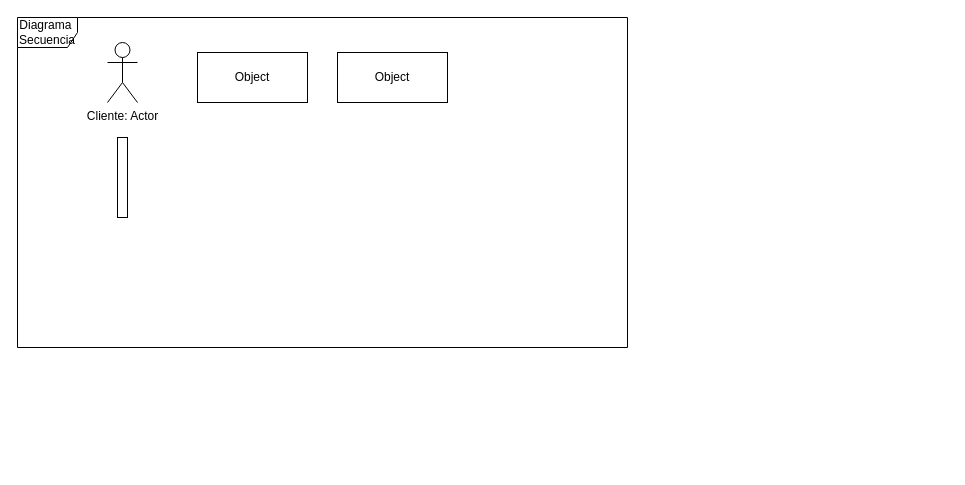
KevinCordoba/RepositoriodeDiagramas keeps this draw.io diagram as page "Diagrama de Secuencia" (3 of 3) of TC14.drawio. Above is the earlier version. Source tidied: cells renumbered, new cells numbered last; positions are measured from the earlier drawing's top-left corner, leaving out a move shared by most shapes. Both pictures are drawn from the tidied source at 100%, with x=0, y=0 at pixel (17, 17).
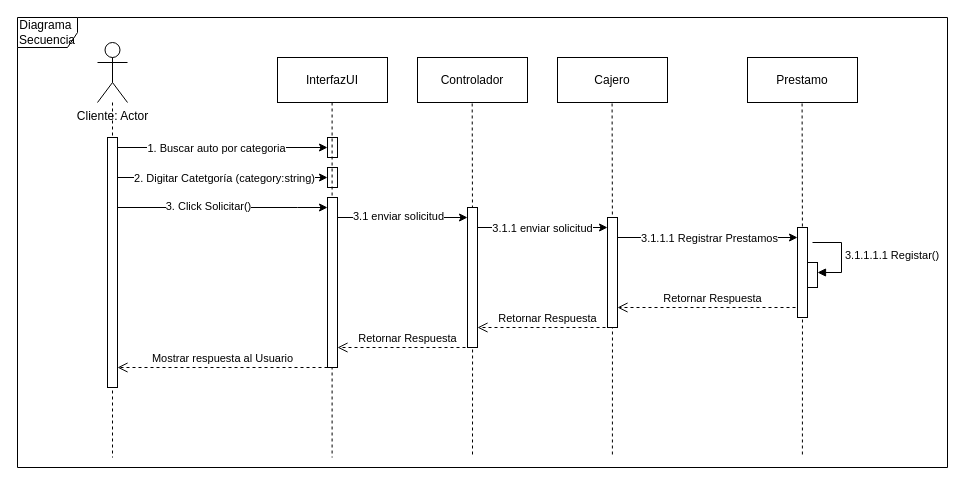
The same page after the edit.

Diff of the diagram source:
```diff
@@
+    <mxCell id="7" style="edgeStyle=orthogonalEdgeStyle;rounded=0;orthogonalLoop=1;jettySize=auto;html=1;endArrow=none;endFill=0;dashed=1;" parent="1" edge="1">
+      <mxGeometry relative="1" as="geometry">
+        <mxPoint x="784.5" y="50" as="sourcePoint" />
+        <mxPoint x="784.9" y="440" as="targetPoint" />
+      </mxGeometry>
+    </mxCell>
+    <mxCell id="8" style="edgeStyle=orthogonalEdgeStyle;rounded=0;orthogonalLoop=1;jettySize=auto;html=1;endArrow=none;endFill=0;dashed=1;" parent="1" edge="1">
+      <mxGeometry relative="1" as="geometry">
+        <mxPoint x="594.5" y="50" as="sourcePoint" />
+        <mxPoint x="594.9" y="440" as="targetPoint" />
+      </mxGeometry>
+    </mxCell>
+    <mxCell id="9" style="edgeStyle=orthogonalEdgeStyle;rounded=0;orthogonalLoop=1;jettySize=auto;html=1;endArrow=none;endFill=0;dashed=1;" parent="1" edge="1">
+      <mxGeometry relative="1" as="geometry">
+        <mxPoint x="454.6" y="50" as="sourcePoint" />
+        <mxPoint x="455" y="440" as="targetPoint" />
+      </mxGeometry>
+    </mxCell>
+    <mxCell id="10" style="edgeStyle=orthogonalEdgeStyle;rounded=0;jettySize=auto;html=1;endArrow=none;endFill=0;dashed=1;" parent="1" edge="1" source="2">
+      <mxGeometry relative="1" as="geometry">
+        <mxPoint x="95" y="440" as="targetPoint" />
+      </mxGeometry>
+    </mxCell>
     <mxCell id="2" value="Cliente: Actor" style="shape=umlActor;verticalLabelPosition=bottom;verticalAlign=top;html=1;" parent="1" vertex="1">
-      <mxGeometry x="90" y="25" width="30" height="60" as="geometry" />
+      <mxGeometry x="80" y="25" width="30" height="60" as="geometry" />
     </mxCell>
     <mxCell id="3" value="Diagrama&amp;nbsp; Secuencia" style="shape=umlFrame;whiteSpace=wrap;html=1;" parent="1" vertex="1">
-      <mxGeometry width="610" height="330" as="geometry" />
+      <mxGeometry width="930" height="450" as="geometry" />
     </mxCell>
+    <mxCell id="11" style="edgeStyle=elbowEdgeStyle;rounded=0;jettySize=auto;html=1;elbow=vertical;curved=0;" parent="1" edge="1" source="4" target="16">
+      <mxGeometry relative="1" as="geometry" />
+    </mxCell>
+    <mxCell id="12" value="1. Buscar auto por categoria" style="edgeLabel;html=1;align=center;verticalAlign=middle;" parent="11" vertex="1">
+      <mxGeometry x="-0.22" relative="1" as="geometry">
+        <mxPoint x="16" as="offset" />
+      </mxGeometry>
+    </mxCell>
+    <mxCell id="13" style="edgeStyle=elbowEdgeStyle;rounded=0;jettySize=auto;html=1;elbow=vertical;curved=0;" parent="1" edge="1" source="4" target="26">
+      <mxGeometry relative="1" as="geometry">
+        <Array as="points">
+          <mxPoint x="280" y="190" />
+        </Array>
+      </mxGeometry>
+    </mxCell>
+    <mxCell id="14" value="3. Click Solicitar()" style="edgeLabel;html=1;align=center;verticalAlign=middle;" parent="13" vertex="1">
+      <mxGeometry x="-0.14" y="2" relative="1" as="geometry" />
+    </mxCell>
     <mxCell id="4" style="html=1;points=[];perimeter=orthogonalPerimeter;outlineConnect=0;targetShapes=umlLifeline;portConstraint=eastwest;newEdgeStyle={&quot;edgeStyle&quot;:&quot;elbowEdgeStyle&quot;,&quot;elbow&quot;:&quot;vertical&quot;,&quot;curved&quot;:0,&quot;rounded&quot;:0};" parent="1" vertex="1">
-      <mxGeometry x="100" y="120" width="10" height="80" as="geometry" />
+      <mxGeometry x="90" y="120" width="10" height="250" as="geometry" />
     </mxCell>
-    <mxCell id="5" value="Object" style="html=1;whiteSpace=wrap;" parent="1" vertex="1">
-      <mxGeometry x="180" y="35" width="110" height="50" as="geometry" />
+    <mxCell id="5" value="InterfazUI" style="html=1;whiteSpace=wrap;" parent="1" vertex="1">
+      <mxGeometry x="260" y="40" width="110" height="45" as="geometry" />
     </mxCell>
-    <mxCell id="6" value="Object" style="html=1;whiteSpace=wrap;" parent="1" vertex="1">
-      <mxGeometry x="320" y="35" width="110" height="50" as="geometry" />
+    <mxCell id="6" value="Controlador" style="html=1;whiteSpace=wrap;" parent="1" vertex="1">
+      <mxGeometry x="400" y="40" width="110" height="45" as="geometry" />
     </mxCell>
+    <mxCell id="15" value="Cajero" style="html=1;whiteSpace=wrap;" parent="1" vertex="1">
+      <mxGeometry x="540" y="40" width="110" height="45" as="geometry" />
+    </mxCell>
+    <mxCell id="16" style="html=1;points=[];perimeter=orthogonalPerimeter;outlineConnect=0;targetShapes=umlLifeline;portConstraint=eastwest;newEdgeStyle={&quot;edgeStyle&quot;:&quot;elbowEdgeStyle&quot;,&quot;elbow&quot;:&quot;vertical&quot;,&quot;curved&quot;:0,&quot;rounded&quot;:0};" parent="1" vertex="1">
+      <mxGeometry x="310" y="120" width="10" height="20" as="geometry" />
+    </mxCell>
+    <mxCell id="17" style="edgeStyle=elbowEdgeStyle;rounded=0;jettySize=auto;html=1;elbow=vertical;curved=0;" parent="1" edge="1" source="4" target="19">
+      <mxGeometry relative="1" as="geometry" />
+    </mxCell>
+    <mxCell id="18" value="2. Digitar Catetgoría (category:string)" style="edgeLabel;html=1;align=center;verticalAlign=middle;" parent="17" vertex="1">
+      <mxGeometry x="0.11" y="-4" relative="1" as="geometry">
+        <mxPoint x="-11" y="-4" as="offset" />
+      </mxGeometry>
+    </mxCell>
+    <mxCell id="19" style="html=1;points=[];perimeter=orthogonalPerimeter;outlineConnect=0;targetShapes=umlLifeline;portConstraint=eastwest;newEdgeStyle={&quot;edgeStyle&quot;:&quot;elbowEdgeStyle&quot;,&quot;elbow&quot;:&quot;vertical&quot;,&quot;curved&quot;:0,&quot;rounded&quot;:0};" parent="1" vertex="1">
+      <mxGeometry x="310" y="150" width="10" height="20" as="geometry" />
+    </mxCell>
+    <mxCell id="20" style="edgeStyle=elbowEdgeStyle;rounded=0;jettySize=auto;html=1;elbow=vertical;curved=0;" parent="1" edge="1" source="26" target="24">
+      <mxGeometry relative="1" as="geometry">
+        <Array as="points">
+          <mxPoint x="420" y="200" />
+        </Array>
+      </mxGeometry>
+    </mxCell>
+    <mxCell id="21" value="3.1 enviar solicitud" style="edgeLabel;html=1;align=center;verticalAlign=middle;" parent="20" vertex="1">
+      <mxGeometry x="-0.58" y="2" relative="1" as="geometry">
+        <mxPoint x="33" as="offset" />
+      </mxGeometry>
+    </mxCell>
+    <mxCell id="22" style="edgeStyle=elbowEdgeStyle;rounded=0;jettySize=auto;html=1;elbow=vertical;curved=0;" parent="1" edge="1" source="24" target="29">
+      <mxGeometry relative="1" as="geometry">
+        <Array as="points">
+          <mxPoint x="550" y="210" />
+        </Array>
+      </mxGeometry>
+    </mxCell>
+    <mxCell id="23" value="3.1.1 enviar solicitud" style="edgeLabel;html=1;align=center;verticalAlign=middle;" parent="22" vertex="1">
+      <mxGeometry x="-0.21" relative="1" as="geometry">
+        <mxPoint x="13" as="offset" />
+      </mxGeometry>
+    </mxCell>
+    <mxCell id="24" style="html=1;points=[];perimeter=orthogonalPerimeter;outlineConnect=0;targetShapes=umlLifeline;portConstraint=eastwest;newEdgeStyle={&quot;edgeStyle&quot;:&quot;elbowEdgeStyle&quot;,&quot;elbow&quot;:&quot;vertical&quot;,&quot;curved&quot;:0,&quot;rounded&quot;:0};" parent="1" vertex="1">
+      <mxGeometry x="450" y="190" width="10" height="140" as="geometry" />
+    </mxCell>
+    <mxCell id="25" style="edgeStyle=orthogonalEdgeStyle;rounded=0;orthogonalLoop=1;jettySize=auto;html=1;endArrow=none;endFill=0;dashed=1;" parent="1" edge="1">
+      <mxGeometry relative="1" as="geometry">
+        <mxPoint x="314.6" y="85" as="sourcePoint" />
+        <mxPoint x="314.6" y="440" as="targetPoint" />
+      </mxGeometry>
+    </mxCell>
+    <mxCell id="26" style="html=1;points=[];perimeter=orthogonalPerimeter;outlineConnect=0;targetShapes=umlLifeline;portConstraint=eastwest;newEdgeStyle={&quot;edgeStyle&quot;:&quot;elbowEdgeStyle&quot;,&quot;elbow&quot;:&quot;vertical&quot;,&quot;curved&quot;:0,&quot;rounded&quot;:0};" parent="1" vertex="1">
+      <mxGeometry x="310" y="180" width="10" height="170" as="geometry" />
+    </mxCell>
+    <mxCell id="27" style="edgeStyle=elbowEdgeStyle;rounded=0;jettySize=auto;html=1;elbow=vertical;curved=0;" parent="1" edge="1" source="29" target="31">
+      <mxGeometry relative="1" as="geometry">
+        <Array as="points">
+          <mxPoint x="690" y="220" />
+        </Array>
+      </mxGeometry>
+    </mxCell>
+    <mxCell id="28" value="3.1.1.1 Registrar Prestamos" style="edgeLabel;html=1;align=center;verticalAlign=middle;" parent="27" vertex="1">
+      <mxGeometry x="-0.29" relative="1" as="geometry">
+        <mxPoint x="27" as="offset" />
+      </mxGeometry>
+    </mxCell>
+    <mxCell id="29" style="html=1;points=[];perimeter=orthogonalPerimeter;outlineConnect=0;targetShapes=umlLifeline;portConstraint=eastwest;newEdgeStyle={&quot;edgeStyle&quot;:&quot;elbowEdgeStyle&quot;,&quot;elbow&quot;:&quot;vertical&quot;,&quot;curved&quot;:0,&quot;rounded&quot;:0};" parent="1" vertex="1">
+      <mxGeometry x="590" y="200" width="10" height="110" as="geometry" />
+    </mxCell>
+    <mxCell id="30" value="Prestamo" style="html=1;whiteSpace=wrap;" parent="1" vertex="1">
+      <mxGeometry x="730" y="40" width="110" height="45" as="geometry" />
+    </mxCell>
+    <mxCell id="31" style="html=1;points=[];perimeter=orthogonalPerimeter;outlineConnect=0;targetShapes=umlLifeline;portConstraint=eastwest;newEdgeStyle={&quot;edgeStyle&quot;:&quot;elbowEdgeStyle&quot;,&quot;elbow&quot;:&quot;vertical&quot;,&quot;curved&quot;:0,&quot;rounded&quot;:0};" parent="1" vertex="1">
+      <mxGeometry x="780" y="210" width="10" height="90" as="geometry" />
+    </mxCell>
+    <mxCell id="32" value="Retornar Respuesta" style="html=1;verticalAlign=bottom;endArrow=open;dashed=1;endSize=8;edgeStyle=elbowEdgeStyle;elbow=vertical;curved=0;rounded=0;" parent="1" edge="1" target="29">
+      <mxGeometry relative="1" as="geometry">
+        <mxPoint x="780" y="280" as="sourcePoint" />
+        <Array as="points">
+          <mxPoint x="750" y="290" />
+        </Array>
+      </mxGeometry>
+    </mxCell>
+    <mxCell id="33" style="html=1;points=[];perimeter=orthogonalPerimeter;outlineConnect=0;targetShapes=umlLifeline;portConstraint=eastwest;newEdgeStyle={&quot;edgeStyle&quot;:&quot;elbowEdgeStyle&quot;,&quot;elbow&quot;:&quot;vertical&quot;,&quot;curved&quot;:0,&quot;rounded&quot;:0};" parent="1" vertex="1">
+      <mxGeometry x="790" y="245" width="10" height="25" as="geometry" />
+    </mxCell>
+    <mxCell id="34" value="3.1.1.1.1 Registar()" style="html=1;align=left;spacingLeft=2;endArrow=block;rounded=0;edgeStyle=orthogonalEdgeStyle;curved=0;rounded=0;" parent="1" edge="1" target="33">
+      <mxGeometry relative="1" as="geometry">
+        <mxPoint x="795" y="225" as="sourcePoint" />
+        <Array as="points">
+          <mxPoint x="824" y="255" />
+        </Array>
+      </mxGeometry>
+    </mxCell>
+    <mxCell id="35" value="Retornar Respuesta" style="html=1;verticalAlign=bottom;endArrow=open;dashed=1;endSize=8;edgeStyle=elbowEdgeStyle;elbow=vertical;curved=0;rounded=0;" parent="1" edge="1">
+      <mxGeometry relative="1" as="geometry">
+        <mxPoint x="590" y="300" as="sourcePoint" />
+        <mxPoint x="460" y="310" as="targetPoint" />
+        <Array as="points">
+          <mxPoint x="560" y="310" />
+        </Array>
+      </mxGeometry>
+    </mxCell>
+    <mxCell id="36" value="Retornar Respuesta" style="html=1;verticalAlign=bottom;endArrow=open;dashed=1;endSize=8;edgeStyle=elbowEdgeStyle;elbow=vertical;curved=0;rounded=0;" parent="1" edge="1">
+      <mxGeometry relative="1" as="geometry">
+        <mxPoint x="450" y="320" as="sourcePoint" />
+        <mxPoint x="320" y="330" as="targetPoint" />
+        <Array as="points">
+          <mxPoint x="420" y="330" />
+        </Array>
+      </mxGeometry>
+    </mxCell>
+    <mxCell id="37" value="Mostrar respuesta al Usuario" style="html=1;verticalAlign=bottom;endArrow=open;dashed=1;endSize=8;edgeStyle=elbowEdgeStyle;elbow=vertical;curved=0;rounded=0;" parent="1" edge="1" source="26" target="4">
+      <mxGeometry relative="1" as="geometry">
+        <Array as="points">
+          <mxPoint x="250" y="350" />
+        </Array>
+      </mxGeometry>
+    </mxCell>
```
